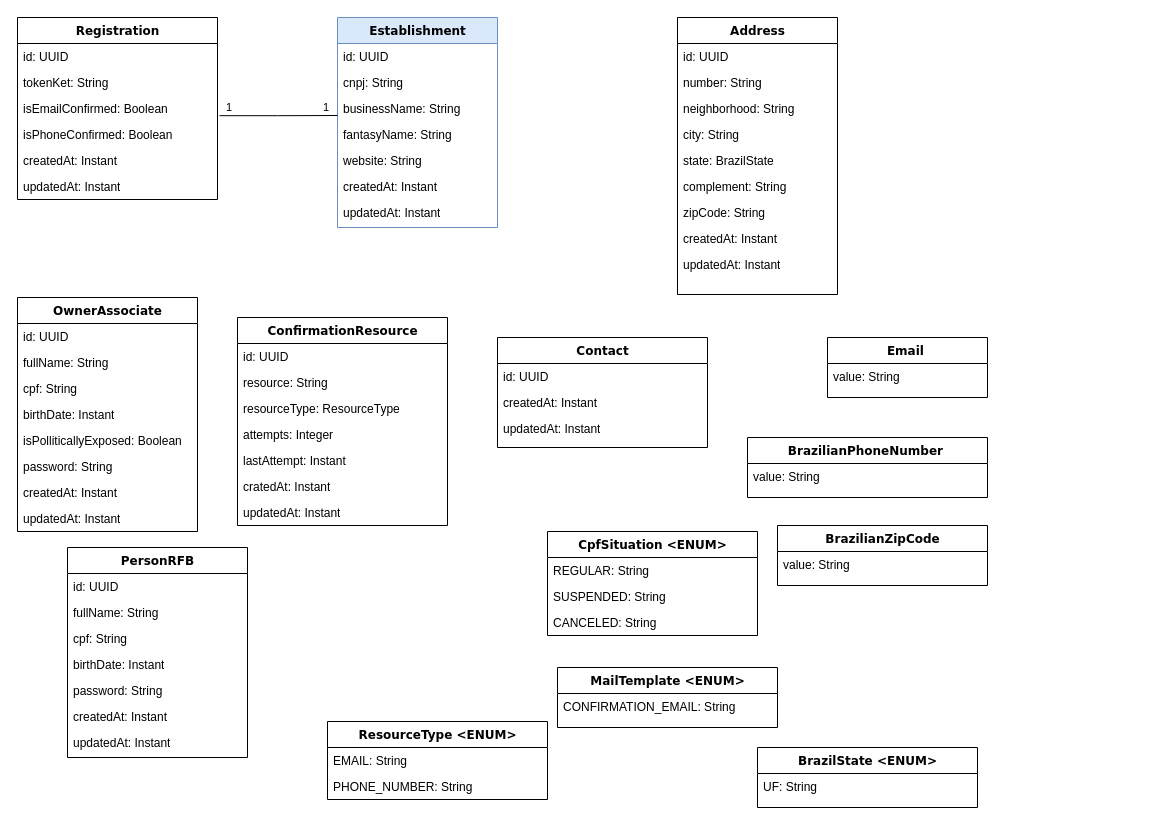
This is app/src/main/java/com/vinicius/atmconsultoria/ui/clientes/Diagrama sem nome.drawio from Giacomellivinicius/ATMConsultoria-Mobile, a draw.io file, before an edit. Source tidied: cells renumbered, new cells numbered last; positions are measured from the earlier drawing's top-left corner, leaving out a move shared by most shapes. Both pictures are drawn from the tidied source at 100%, with x=0, y=0 at pixel (17, 17).
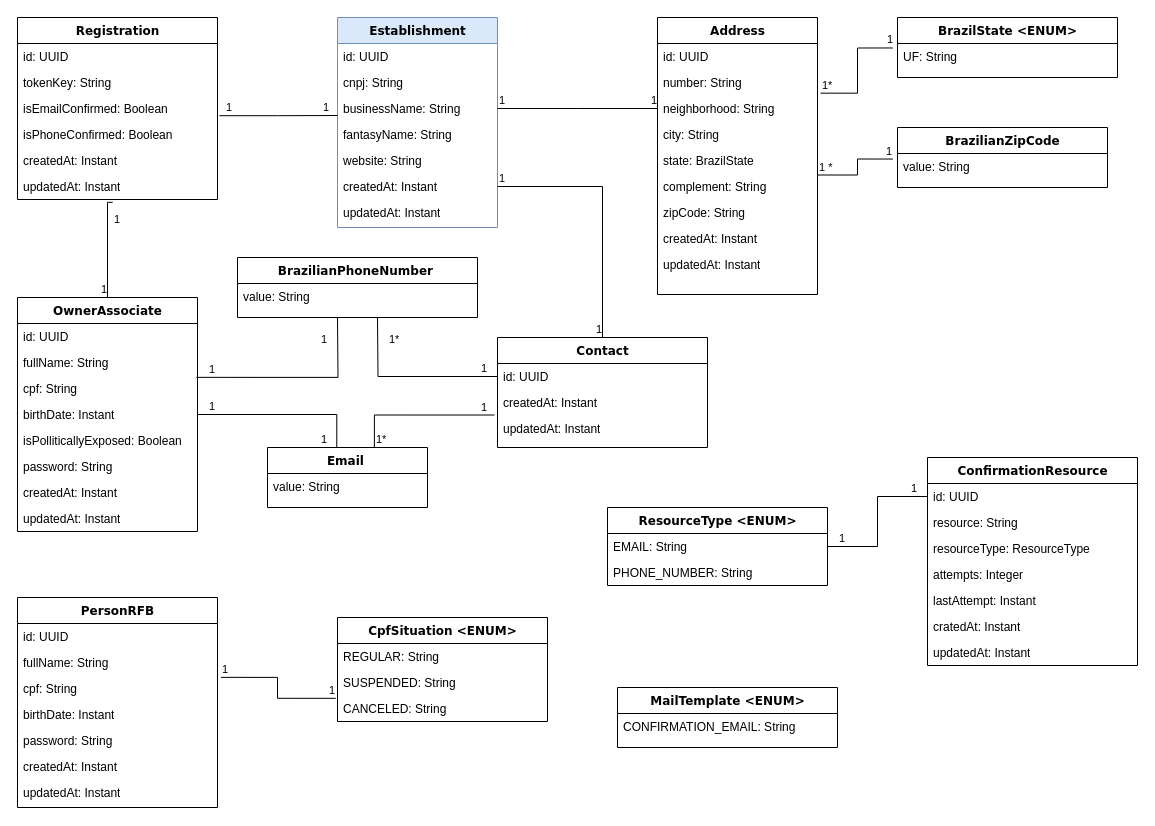
The same diagram, later.

Unchanged cells that the change refers to:
```xml
<mxCell id="5" value="businessName: String" style="text;html=1;strokeColor=none;fillColor=none;align=left;verticalAlign=top;spacingLeft=4;spacingRight=4;whiteSpace=wrap;overflow=hidden;points=[[0,0.5],[1,0.5]];portConstraint=eastwest;" parent="2" vertex="1">
  <mxGeometry y="78" width="160" height="26" as="geometry" />
</mxCell>
<mxCell id="8" value="createdAt: Instant" style="text;html=1;strokeColor=none;fillColor=none;align=left;verticalAlign=top;spacingLeft=4;spacingRight=4;whiteSpace=wrap;overflow=hidden;points=[[0,0.5],[1,0.5]];portConstraint=eastwest;" parent="2" vertex="1">
  <mxGeometry y="156" width="160" height="26" as="geometry" />
</mxCell>
<mxCell id="14" value="neighborhood: String" style="text;html=1;strokeColor=none;fillColor=none;align=left;verticalAlign=top;spacingLeft=4;spacingRight=4;whiteSpace=wrap;overflow=hidden;points=[[0,0.5],[1,0.5]];portConstraint=eastwest;" parent="11" vertex="1">
  <mxGeometry y="78" width="160" height="26" as="geometry" />
</mxCell>
<mxCell id="17" value="complement: String" style="text;html=1;strokeColor=none;fillColor=none;align=left;verticalAlign=top;spacingLeft=4;spacingRight=4;whiteSpace=wrap;overflow=hidden;points=[[0,0.5],[1,0.5]];portConstraint=eastwest;" parent="11" vertex="1">
  <mxGeometry y="156" width="160" height="26" as="geometry" />
</mxCell>
<mxCell id="21" value="OwnerAssociate" style="swimlane;html=1;fontStyle=1;align=center;verticalAlign=top;horizontal=1;startSize=26;swimlaneFillColor=#ffffff;rounded=0;shadow=0;comic=0;labelBackgroundColor=none;strokeWidth=1;fillColor=none;fontFamily=Verdana;fontSize=12;" parent="1" vertex="1">
  <mxGeometry y="280" width="180" height="234" as="geometry" />
</mxCell>
<mxCell id="24" value="cpf: String" style="text;html=1;strokeColor=none;fillColor=none;align=left;verticalAlign=top;spacingLeft=4;spacingRight=4;whiteSpace=wrap;overflow=hidden;points=[[0,0.5],[1,0.5]];portConstraint=eastwest;" parent="21" vertex="1">
  <mxGeometry y="78" width="180" height="26" as="geometry" />
</mxCell>
<mxCell id="25" value="birthDate: Instant" style="text;html=1;strokeColor=none;fillColor=none;align=left;verticalAlign=top;spacingLeft=4;spacingRight=4;whiteSpace=wrap;overflow=hidden;points=[[0,0.5],[1,0.5]];portConstraint=eastwest;" parent="21" vertex="1">
  <mxGeometry y="104" width="180" height="26" as="geometry" />
</mxCell>
<mxCell id="30" value="Registration" style="swimlane;html=1;fontStyle=1;align=center;verticalAlign=top;horizontal=1;startSize=26;swimlaneFillColor=#ffffff;rounded=0;shadow=0;comic=0;labelBackgroundColor=none;strokeWidth=1;fillColor=none;fontFamily=Verdana;fontSize=12;" parent="1" vertex="1">
  <mxGeometry width="200" height="182" as="geometry" />
</mxCell>
<mxCell id="36" value="updatedAt: Instant" style="text;html=1;strokeColor=none;fillColor=none;align=left;verticalAlign=top;spacingLeft=4;spacingRight=4;whiteSpace=wrap;overflow=hidden;points=[[0,0.5],[1,0.5]];portConstraint=eastwest;" parent="30" vertex="1">
  <mxGeometry y="156" width="200" height="26" as="geometry" />
</mxCell>
<mxCell id="38" value="id: UUID" style="text;html=1;strokeColor=none;fillColor=none;align=left;verticalAlign=top;spacingLeft=4;spacingRight=4;whiteSpace=wrap;overflow=hidden;points=[[0,0.5],[1,0.5]];portConstraint=eastwest;" parent="37" vertex="1">
  <mxGeometry y="26" width="210" height="26" as="geometry" />
</mxCell>
<mxCell id="45" value="Contact" style="swimlane;html=1;fontStyle=1;align=center;verticalAlign=top;horizontal=1;startSize=26;swimlaneFillColor=#ffffff;rounded=0;shadow=0;comic=0;labelBackgroundColor=none;strokeWidth=1;fillColor=none;fontFamily=Verdana;fontSize=12;" parent="1" vertex="1">
  <mxGeometry x="480" y="320" width="210" height="110" as="geometry" />
</mxCell>
<mxCell id="46" value="id: UUID" style="text;html=1;strokeColor=none;fillColor=none;align=left;verticalAlign=top;spacingLeft=4;spacingRight=4;whiteSpace=wrap;overflow=hidden;points=[[0,0.5],[1,0.5]];portConstraint=eastwest;" parent="45" vertex="1">
  <mxGeometry y="26" width="210" height="26" as="geometry" />
</mxCell>
<mxCell id="48" value="updatedAt: Instant" style="text;html=1;strokeColor=none;fillColor=none;align=left;verticalAlign=top;spacingLeft=4;spacingRight=4;whiteSpace=wrap;overflow=hidden;points=[[0,0.5],[1,0.5]];portConstraint=eastwest;" parent="45" vertex="1">
  <mxGeometry y="78" width="210" height="26" as="geometry" />
</mxCell>
<mxCell id="54" value="value: String" style="text;html=1;strokeColor=none;fillColor=none;align=left;verticalAlign=top;spacingLeft=4;spacingRight=4;whiteSpace=wrap;overflow=hidden;points=[[0,0.5],[1,0.5]];portConstraint=eastwest;" parent="53" vertex="1">
  <mxGeometry y="26" width="210" height="26" as="geometry" />
</mxCell>
<mxCell id="66" value="CANCELED: String" style="text;html=1;strokeColor=none;fillColor=none;align=left;verticalAlign=top;spacingLeft=4;spacingRight=4;whiteSpace=wrap;overflow=hidden;points=[[0,0.5],[1,0.5]];portConstraint=eastwest;" parent="63" vertex="1">
  <mxGeometry y="78" width="210" height="26" as="geometry" />
</mxCell>
<mxCell id="70" value="EMAIL: String" style="text;html=1;strokeColor=none;fillColor=none;align=left;verticalAlign=top;spacingLeft=4;spacingRight=4;whiteSpace=wrap;overflow=hidden;points=[[0,0.5],[1,0.5]];portConstraint=eastwest;" parent="69" vertex="1">
  <mxGeometry y="26" width="220" height="26" as="geometry" />
</mxCell>
<mxCell id="73" value="UF: String" style="text;html=1;strokeColor=none;fillColor=none;align=left;verticalAlign=top;spacingLeft=4;spacingRight=4;whiteSpace=wrap;overflow=hidden;points=[[0,0.5],[1,0.5]];portConstraint=eastwest;" parent="72" vertex="1">
  <mxGeometry y="26" width="220" height="26" as="geometry" />
</mxCell>
```

What changed in the source:
```diff
@@
     <mxCell id="11" value="Address" style="swimlane;html=1;fontStyle=1;align=center;verticalAlign=top;horizontal=1;startSize=26;swimlaneFillColor=#ffffff;rounded=0;shadow=0;comic=0;labelBackgroundColor=none;strokeWidth=1;fillColor=none;fontFamily=Verdana;fontSize=12;" parent="1" vertex="1">
-      <mxGeometry x="660" width="160" height="277" as="geometry" />
+      <mxGeometry x="640" width="160" height="277" as="geometry" />
     </mxCell>
@@
-    <mxCell id="32" value="tokenKet: String" style="text;html=1;strokeColor=none;fillColor=none;align=left;verticalAlign=top;spacingLeft=4;spacingRight=4;whiteSpace=wrap;overflow=hidden;" parent="30" vertex="1">
+    <mxCell id="32" value="tokenKey: String" style="text;html=1;strokeColor=none;fillColor=none;align=left;verticalAlign=top;spacingLeft=4;spacingRight=4;whiteSpace=wrap;overflow=hidden;" parent="30" vertex="1">
       <mxGeometry y="52" width="200" height="26" as="geometry" />
     </mxCell>
@@
     <mxCell id="37" value="ConfirmationResource" style="swimlane;html=1;fontStyle=1;align=center;verticalAlign=top;horizontal=1;startSize=26;swimlaneFillColor=#ffffff;rounded=0;shadow=0;comic=0;labelBackgroundColor=none;strokeWidth=1;fillColor=none;fontFamily=Verdana;fontSize=12;" parent="1" vertex="1">
-      <mxGeometry x="220" y="300" width="210" height="208" as="geometry" />
+      <mxGeometry x="910" y="440" width="210" height="208" as="geometry" />
     </mxCell>
@@
     <mxCell id="49" value="Email&amp;nbsp;" style="swimlane;html=1;fontStyle=1;align=center;verticalAlign=top;horizontal=1;startSize=26;swimlaneFillColor=#ffffff;rounded=0;shadow=0;comic=0;labelBackgroundColor=none;strokeWidth=1;fillColor=none;fontFamily=Verdana;fontSize=12;" parent="1" vertex="1">
-      <mxGeometry x="810" y="320" width="160" height="60" as="geometry" />
+      <mxGeometry x="250" y="430" width="160" height="60" as="geometry" />
     </mxCell>
@@
     <mxCell id="51" value="BrazilianPhoneNumber&amp;nbsp;" style="swimlane;html=1;fontStyle=1;align=center;verticalAlign=top;horizontal=1;startSize=26;swimlaneFillColor=#ffffff;rounded=0;shadow=0;comic=0;labelBackgroundColor=none;strokeWidth=1;fillColor=none;fontFamily=Verdana;fontSize=12;" parent="1" vertex="1">
-      <mxGeometry x="730" y="420" width="240" height="60" as="geometry" />
+      <mxGeometry x="220" y="240" width="240" height="60" as="geometry" />
     </mxCell>
@@
     <mxCell id="53" value="BrazilianZipCode" style="swimlane;html=1;fontStyle=1;align=center;verticalAlign=top;horizontal=1;startSize=26;swimlaneFillColor=#ffffff;rounded=0;shadow=0;comic=0;labelBackgroundColor=none;strokeWidth=1;fillColor=none;fontFamily=Verdana;fontSize=12;" parent="1" vertex="1">
-      <mxGeometry x="760" y="508" width="210" height="60" as="geometry" />
+      <mxGeometry x="880" y="110" width="210" height="60" as="geometry" />
     </mxCell>
@@
     <mxCell id="55" value="PersonRFB" style="swimlane;html=1;fontStyle=1;align=center;verticalAlign=top;horizontal=1;startSize=26;swimlaneFillColor=#ffffff;rounded=0;shadow=0;comic=0;labelBackgroundColor=none;strokeWidth=1;fillColor=none;fontFamily=Verdana;fontSize=12;" parent="1" vertex="1">
-      <mxGeometry x="50" y="530" width="180" height="210" as="geometry" />
+      <mxGeometry y="580" width="200" height="210" as="geometry" />
     </mxCell>
     <mxCell id="56" value="id: UUID" style="text;html=1;strokeColor=none;fillColor=none;align=left;verticalAlign=top;spacingLeft=4;spacingRight=4;whiteSpace=wrap;overflow=hidden;" parent="55" vertex="1">
-      <mxGeometry y="26" width="180" height="26" as="geometry" />
+      <mxGeometry y="26" width="200" height="26" as="geometry" />
     </mxCell>
     <mxCell id="57" value="fullName: String" style="text;html=1;strokeColor=none;fillColor=none;align=left;verticalAlign=top;spacingLeft=4;spacingRight=4;whiteSpace=wrap;overflow=hidden;" parent="55" vertex="1">
-      <mxGeometry y="52" width="180" height="26" as="geometry" />
+      <mxGeometry y="52" width="200" height="26" as="geometry" />
     </mxCell>
     <mxCell id="58" value="cpf: String" style="text;html=1;strokeColor=none;fillColor=none;align=left;verticalAlign=top;spacingLeft=4;spacingRight=4;whiteSpace=wrap;overflow=hidden;points=[[0,0.5],[1,0.5]];portConstraint=eastwest;" parent="55" vertex="1">
-      <mxGeometry y="78" width="180" height="26" as="geometry" />
+      <mxGeometry y="78" width="200" height="26" as="geometry" />
     </mxCell>
     <mxCell id="59" value="birthDate: Instant" style="text;html=1;strokeColor=none;fillColor=none;align=left;verticalAlign=top;spacingLeft=4;spacingRight=4;whiteSpace=wrap;overflow=hidden;" parent="55" vertex="1">
-      <mxGeometry y="104" width="180" height="26" as="geometry" />
+      <mxGeometry y="104" width="200" height="26" as="geometry" />
     </mxCell>
     <mxCell id="60" value="password: String" style="text;html=1;strokeColor=none;fillColor=none;align=left;verticalAlign=top;spacingLeft=4;spacingRight=4;whiteSpace=wrap;overflow=hidden;" parent="55" vertex="1">
-      <mxGeometry y="130" width="180" height="26" as="geometry" />
+      <mxGeometry y="130" width="200" height="26" as="geometry" />
     </mxCell>
     <mxCell id="61" value="createdAt: Instant" style="text;html=1;strokeColor=none;fillColor=none;align=left;verticalAlign=top;spacingLeft=4;spacingRight=4;whiteSpace=wrap;overflow=hidden;" parent="55" vertex="1">
-      <mxGeometry y="156" width="180" height="26" as="geometry" />
+      <mxGeometry y="156" width="200" height="26" as="geometry" />
     </mxCell>
     <mxCell id="62" value="updatedAt: Instant" style="text;html=1;strokeColor=none;fillColor=none;align=left;verticalAlign=top;spacingLeft=4;spacingRight=4;whiteSpace=wrap;overflow=hidden;" parent="55" vertex="1">
-      <mxGeometry y="182" width="180" height="26" as="geometry" />
+      <mxGeometry y="182" width="200" height="26" as="geometry" />
     </mxCell>
     <mxCell id="63" value="CpfSituation &amp;lt;ENUM&amp;gt;" style="swimlane;html=1;fontStyle=1;align=center;verticalAlign=top;horizontal=1;startSize=26;swimlaneFillColor=#ffffff;rounded=0;shadow=0;comic=0;labelBackgroundColor=none;strokeWidth=1;fillColor=none;fontFamily=Verdana;fontSize=12;" parent="1" vertex="1">
-      <mxGeometry x="530" y="514" width="210" height="104" as="geometry" />
+      <mxGeometry x="320" y="600" width="210" height="104" as="geometry" />
     </mxCell>
@@
     <mxCell id="67" value="MailTemplate &amp;lt;ENUM&amp;gt;" style="swimlane;html=1;fontStyle=1;align=center;verticalAlign=top;horizontal=1;startSize=26;swimlaneFillColor=#ffffff;rounded=0;shadow=0;comic=0;labelBackgroundColor=none;strokeWidth=1;fillColor=none;fontFamily=Verdana;fontSize=12;" parent="1" vertex="1">
-      <mxGeometry x="540" y="650" width="220" height="60" as="geometry" />
+      <mxGeometry x="600" y="670" width="220" height="60" as="geometry" />
     </mxCell>
@@
     <mxCell id="69" value="ResourceType &amp;lt;ENUM&amp;gt;" style="swimlane;html=1;fontStyle=1;align=center;verticalAlign=top;horizontal=1;startSize=26;swimlaneFillColor=#ffffff;rounded=0;shadow=0;comic=0;labelBackgroundColor=none;strokeWidth=1;fillColor=none;fontFamily=Verdana;fontSize=12;" parent="1" vertex="1">
-      <mxGeometry x="310" y="704" width="220" height="78" as="geometry" />
+      <mxGeometry x="590" y="490" width="220" height="78" as="geometry" />
     </mxCell>
@@
     <mxCell id="72" value="BrazilState &amp;lt;ENUM&amp;gt;" style="swimlane;html=1;fontStyle=1;align=center;verticalAlign=top;horizontal=1;startSize=26;swimlaneFillColor=#ffffff;rounded=0;shadow=0;comic=0;labelBackgroundColor=none;strokeWidth=1;fillColor=none;fontFamily=Verdana;fontSize=12;" parent="1" vertex="1">
-      <mxGeometry x="740" y="730" width="220" height="60" as="geometry" />
+      <mxGeometry x="880" width="220" height="60" as="geometry" />
     </mxCell>
@@
+    <mxCell id="77" style="endArrow=none;html=1;edgeStyle=orthogonalEdgeStyle;rounded=0;exitX=1;exitY=0.5;exitDx=0;exitDy=0;" parent="1" edge="1" source="5">
+      <mxGeometry relative="1" as="geometry">
+        <mxPoint x="640" y="91" as="targetPoint" />
+      </mxGeometry>
+    </mxCell>
+    <mxCell id="78" value="1" style="edgeLabel;html=1;align=left;verticalAlign=bottom;" parent="77" vertex="1">
+      <mxGeometry x="-1" relative="1" as="geometry" />
+    </mxCell>
+    <mxCell id="79" value="1" style="edgeLabel;html=1;align=right;verticalAlign=bottom;" parent="77" vertex="1">
+      <mxGeometry x="1" relative="1" as="geometry" />
+    </mxCell>
+    <mxCell id="80" style="endArrow=none;html=1;edgeStyle=orthogonalEdgeStyle;rounded=0;exitX=1;exitY=0.5;exitDx=0;exitDy=0;entryX=0.5;entryY=0;entryDx=0;entryDy=0;" parent="1" edge="1" source="8" target="45">
+      <mxGeometry relative="1" as="geometry" />
+    </mxCell>
+    <mxCell id="81" value="1" style="edgeLabel;html=1;align=left;verticalAlign=bottom;" parent="80" vertex="1">
+      <mxGeometry x="-1" relative="1" as="geometry" />
+    </mxCell>
+    <mxCell id="82" value="1" style="edgeLabel;html=1;align=right;verticalAlign=bottom;" parent="80" vertex="1">
+      <mxGeometry x="1" relative="1" as="geometry" />
+    </mxCell>
+    <mxCell id="83" style="endArrow=none;html=1;edgeStyle=orthogonalEdgeStyle;rounded=0;exitX=1.019;exitY=-0.09;exitDx=0;exitDy=0;exitPerimeter=0;entryX=-0.021;entryY=0.172;entryDx=0;entryDy=0;entryPerimeter=0;" parent="1" edge="1" source="14" target="73">
+      <mxGeometry relative="1" as="geometry" />
+    </mxCell>
+    <mxCell id="84" value="1*" style="edgeLabel;html=1;align=left;verticalAlign=bottom;" parent="83" vertex="1">
+      <mxGeometry x="-1" relative="1" as="geometry" />
+    </mxCell>
+    <mxCell id="85" value="1" style="edgeLabel;html=1;align=right;verticalAlign=bottom;" parent="83" vertex="1">
+      <mxGeometry x="1" relative="1" as="geometry" />
+    </mxCell>
+    <mxCell id="86" style="endArrow=none;html=1;edgeStyle=orthogonalEdgeStyle;rounded=0;exitX=1.001;exitY=0.059;exitDx=0;exitDy=0;exitPerimeter=0;entryX=-0.022;entryY=0.213;entryDx=0;entryDy=0;entryPerimeter=0;" parent="1" edge="1" source="17" target="54">
+      <mxGeometry relative="1" as="geometry" />
+    </mxCell>
+    <mxCell id="87" value="1 *" style="edgeLabel;html=1;align=left;verticalAlign=bottom;" parent="86" vertex="1">
+      <mxGeometry x="-1" relative="1" as="geometry" />
+    </mxCell>
+    <mxCell id="88" value="1" style="edgeLabel;html=1;align=right;verticalAlign=bottom;" parent="86" vertex="1">
+      <mxGeometry x="1" relative="1" as="geometry" />
+    </mxCell>
+    <mxCell id="89" style="endArrow=none;html=1;edgeStyle=orthogonalEdgeStyle;rounded=0;exitX=0.476;exitY=1.109;exitDx=0;exitDy=0;exitPerimeter=0;entryX=0.5;entryY=0;entryDx=0;entryDy=0;" parent="1" edge="1" source="36" target="21">
+      <mxGeometry relative="1" as="geometry">
+        <Array as="points">
+          <mxPoint x="90" y="185" />
+        </Array>
+      </mxGeometry>
+    </mxCell>
+    <mxCell id="90" value="1" style="edgeLabel;html=1;align=left;verticalAlign=bottom;" parent="89" vertex="1">
+      <mxGeometry x="-1" relative="1" as="geometry">
+        <mxPoint y="25" as="offset" />
+      </mxGeometry>
+    </mxCell>
+    <mxCell id="91" value="1" style="edgeLabel;html=1;align=right;verticalAlign=bottom;" parent="89" vertex="1">
+      <mxGeometry x="1" relative="1" as="geometry" />
+    </mxCell>
+    <mxCell id="92" style="endArrow=none;html=1;edgeStyle=orthogonalEdgeStyle;rounded=0;exitX=0.994;exitY=0.072;exitDx=0;exitDy=0;exitPerimeter=0;" parent="1" edge="1" source="24">
+      <mxGeometry relative="1" as="geometry">
+        <mxPoint x="320" y="300" as="targetPoint" />
+      </mxGeometry>
+    </mxCell>
+    <mxCell id="93" value="1" style="edgeLabel;html=1;align=left;verticalAlign=bottom;" parent="92" vertex="1">
+      <mxGeometry x="-1" relative="1" as="geometry">
+        <mxPoint x="11" as="offset" />
+      </mxGeometry>
+    </mxCell>
+    <mxCell id="94" value="1" style="edgeLabel;html=1;align=right;verticalAlign=bottom;" parent="92" vertex="1">
+      <mxGeometry x="1" relative="1" as="geometry">
+        <mxPoint x="-10" y="30" as="offset" />
+      </mxGeometry>
+    </mxCell>
+    <mxCell id="95" style="endArrow=none;html=1;edgeStyle=orthogonalEdgeStyle;rounded=0;exitX=1;exitY=0.5;exitDx=0;exitDy=0;entryX=0.433;entryY=-0.008;entryDx=0;entryDy=0;entryPerimeter=0;" parent="1" edge="1" source="25" target="49">
+      <mxGeometry relative="1" as="geometry" />
+    </mxCell>
+    <mxCell id="96" value="1" style="edgeLabel;html=1;align=left;verticalAlign=bottom;" parent="95" vertex="1">
+      <mxGeometry x="-1" relative="1" as="geometry">
+        <mxPoint x="10" as="offset" />
+      </mxGeometry>
+    </mxCell>
+    <mxCell id="97" value="1" style="edgeLabel;html=1;align=right;verticalAlign=bottom;" parent="95" vertex="1">
+      <mxGeometry x="1" relative="1" as="geometry">
+        <mxPoint x="-9" as="offset" />
+      </mxGeometry>
+    </mxCell>
+    <mxCell id="98" style="endArrow=none;html=1;edgeStyle=orthogonalEdgeStyle;rounded=0;entryX=0;entryY=0.5;entryDx=0;entryDy=0;" parent="1" edge="1" target="46">
+      <mxGeometry relative="1" as="geometry">
+        <mxPoint x="360" y="300" as="sourcePoint" />
+      </mxGeometry>
+    </mxCell>
+    <mxCell id="99" value="1*" style="edgeLabel;html=1;align=left;verticalAlign=bottom;" parent="98" vertex="1">
+      <mxGeometry x="-1" relative="1" as="geometry">
+        <mxPoint x="10" y="30" as="offset" />
+      </mxGeometry>
+    </mxCell>
+    <mxCell id="100" value="1" style="edgeLabel;html=1;align=right;verticalAlign=bottom;" parent="98" vertex="1">
+      <mxGeometry x="1" relative="1" as="geometry">
+        <mxPoint x="-10" as="offset" />
+      </mxGeometry>
+    </mxCell>
+    <mxCell id="101" style="endArrow=none;html=1;edgeStyle=orthogonalEdgeStyle;rounded=0;entryX=-0.014;entryY=-0.018;entryDx=0;entryDy=0;entryPerimeter=0;exitX=0.668;exitY=-0.008;exitDx=0;exitDy=0;exitPerimeter=0;" parent="1" edge="1" source="49" target="48">
+      <mxGeometry relative="1" as="geometry">
+        <Array as="points">
+          <mxPoint x="357" y="398" />
+        </Array>
+      </mxGeometry>
+    </mxCell>
+    <mxCell id="102" value="1*" style="edgeLabel;html=1;align=left;verticalAlign=bottom;" parent="101" vertex="1">
+      <mxGeometry x="-1" relative="1" as="geometry" />
+    </mxCell>
+    <mxCell id="103" value="1" style="edgeLabel;html=1;align=right;verticalAlign=bottom;" parent="101" vertex="1">
+      <mxGeometry x="1" relative="1" as="geometry">
+        <mxPoint x="-7" as="offset" />
+      </mxGeometry>
+    </mxCell>
+    <mxCell id="104" style="endArrow=none;html=1;edgeStyle=orthogonalEdgeStyle;rounded=0;exitX=1.017;exitY=0.072;exitDx=0;exitDy=0;exitPerimeter=0;entryX=-0.008;entryY=0.109;entryDx=0;entryDy=0;entryPerimeter=0;" parent="1" edge="1" source="58" target="66">
+      <mxGeometry relative="1" as="geometry" />
+    </mxCell>
+    <mxCell id="105" value="1" style="edgeLabel;html=1;align=left;verticalAlign=bottom;" parent="104" vertex="1">
+      <mxGeometry x="-1" relative="1" as="geometry" />
+    </mxCell>
+    <mxCell id="106" value="1" style="edgeLabel;html=1;align=right;verticalAlign=bottom;" parent="104" vertex="1">
+      <mxGeometry x="1" relative="1" as="geometry" />
+    </mxCell>
+    <mxCell id="107" style="endArrow=none;html=1;edgeStyle=orthogonalEdgeStyle;rounded=0;entryX=0;entryY=0.5;entryDx=0;entryDy=0;exitX=1;exitY=0.5;exitDx=0;exitDy=0;" parent="1" edge="1" source="70" target="38">
+      <mxGeometry relative="1" as="geometry" />
+    </mxCell>
+    <mxCell id="108" value="1" style="edgeLabel;html=1;align=left;verticalAlign=bottom;" parent="107" vertex="1">
+      <mxGeometry x="-1" relative="1" as="geometry">
+        <mxPoint x="10" as="offset" />
+      </mxGeometry>
+    </mxCell>
+    <mxCell id="109" value="1" style="edgeLabel;html=1;align=right;verticalAlign=bottom;" parent="107" vertex="1">
+      <mxGeometry x="1" relative="1" as="geometry">
+        <mxPoint x="-10" as="offset" />
+      </mxGeometry>
+    </mxCell>
```
